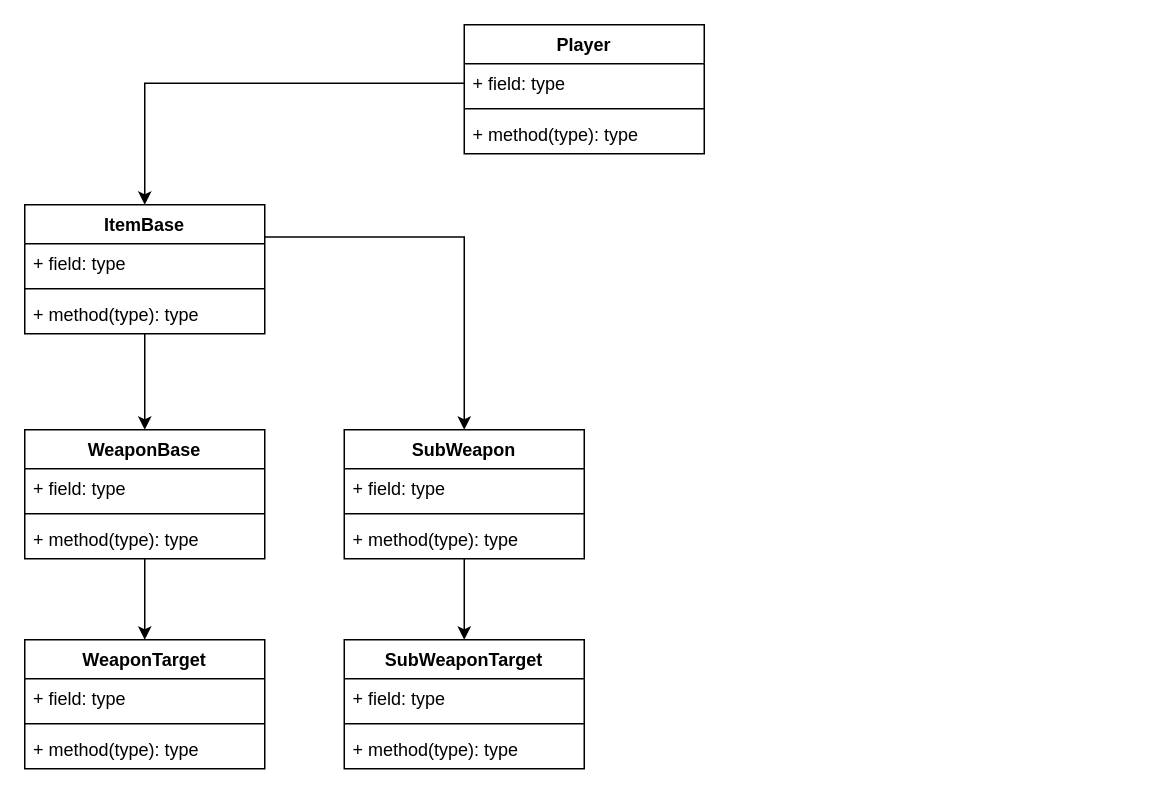
Before: Untitled Diagram.drawio in nerfenoff/Kliker, a draw.io diagram. Source tidied: cells renumbered, new cells numbered last; positions are measured from the earlier drawing's top-left corner, leaving out a move shared by most shapes. Both pictures are drawn from the tidied source at 150%, with x=0, y=0 at pixel (24, 24).
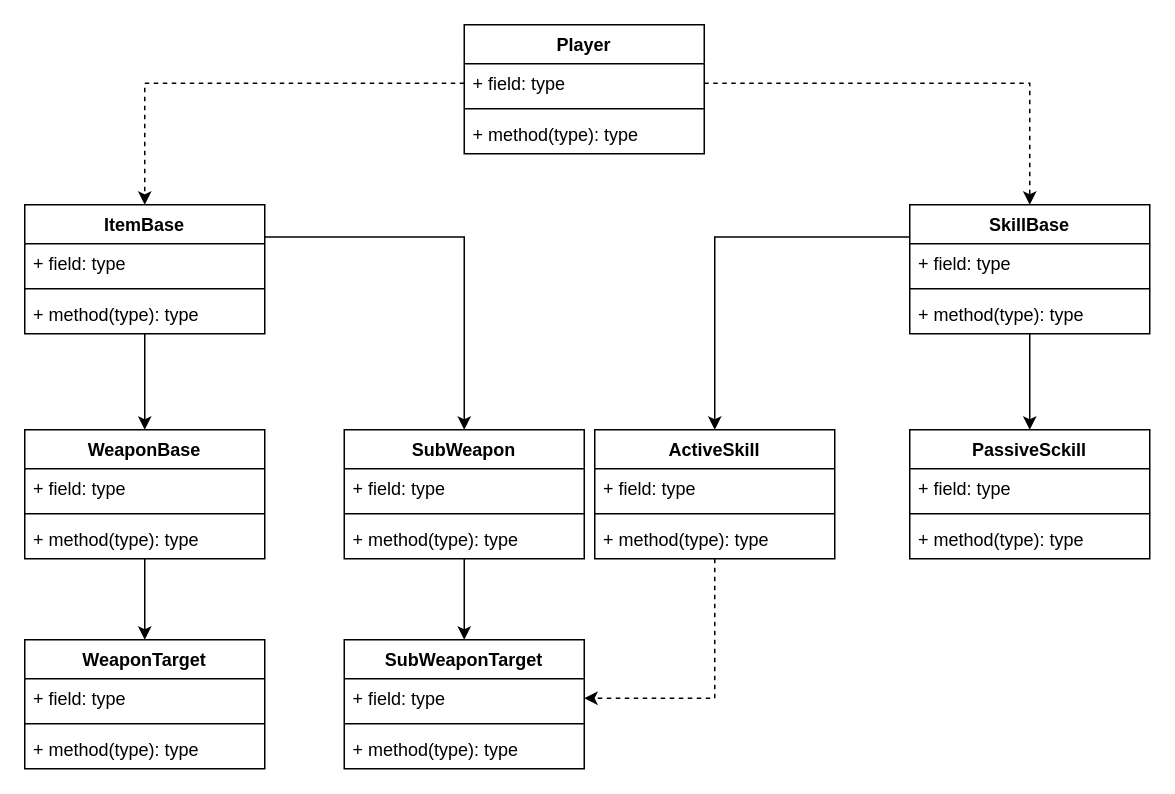
The same diagram, later.

The change refers to these unchanged cells:
```xml
<mxCell id="3" value="+ field: type" style="text;strokeColor=none;fillColor=none;align=left;verticalAlign=top;spacingLeft=4;spacingRight=4;overflow=hidden;points=[[0,0.5],[1,0.5]];portConstraint=eastwest;" parent="2" vertex="1">
  <mxGeometry y="26" width="160" height="26" as="geometry" />
</mxCell>
<mxCell id="18" value="ItemBase" style="swimlane;fontStyle=1;align=center;verticalAlign=top;horizontal=1;startSize=26;" parent="1" vertex="1">
  <mxGeometry y="120" width="160" height="86" as="geometry" />
</mxCell>
<mxCell id="28" value="+ field: type" style="text;strokeColor=none;fillColor=none;align=left;verticalAlign=top;spacingLeft=4;spacingRight=4;overflow=hidden;points=[[0,0.5],[1,0.5]];portConstraint=eastwest;" parent="27" vertex="1">
  <mxGeometry y="26" width="160" height="26" as="geometry" />
</mxCell>
```

Diff of the diagram source:
```diff
@@
-    <mxCell id="11" style="edgeStyle=orthogonalEdgeStyle;rounded=0;jettySize=auto;html=1;exitX=0;exitY=0.5;exitDx=0;exitDy=0;entryX=0.5;entryY=0;entryDx=0;entryDy=0;" parent="1" edge="1" source="3" target="18">
+    <mxCell id="11" style="edgeStyle=orthogonalEdgeStyle;rounded=0;jettySize=auto;html=1;exitX=0;exitY=0.5;exitDx=0;exitDy=0;entryX=0.5;entryY=0;entryDx=0;entryDy=0;dashed=1;" parent="1" edge="1" source="3" target="18">
       <mxGeometry relative="1" as="geometry" />
     </mxCell>
@@
+    <mxCell id="31" style="edgeStyle=orthogonalEdgeStyle;rounded=0;jettySize=auto;html=1;exitX=0;exitY=0.25;exitDx=0;exitDy=0;entryX=0.5;entryY=0;entryDx=0;entryDy=0;" parent="1" edge="1" source="33" target="39">
+      <mxGeometry relative="1" as="geometry" />
+    </mxCell>
+    <mxCell id="32" style="edgeStyle=orthogonalEdgeStyle;rounded=0;jettySize=auto;html=1;entryX=0.5;entryY=0;entryDx=0;entryDy=0;" parent="1" edge="1" source="33" target="43">
+      <mxGeometry relative="1" as="geometry" />
+    </mxCell>
+    <mxCell id="33" value="SkillBase" style="swimlane;fontStyle=1;align=center;verticalAlign=top;horizontal=1;startSize=26;" parent="1" vertex="1">
+      <mxGeometry x="590" y="120" width="160" height="86" as="geometry" />
+    </mxCell>
+    <mxCell id="34" value="+ field: type" style="text;strokeColor=none;fillColor=none;align=left;verticalAlign=top;spacingLeft=4;spacingRight=4;overflow=hidden;" parent="33" vertex="1">
+      <mxGeometry y="26" width="160" height="26" as="geometry" />
+    </mxCell>
+    <mxCell id="35" style="line;strokeWidth=1;fillColor=none;align=left;verticalAlign=middle;spacingTop=-1;spacingLeft=3;spacingRight=3;labelPosition=right;" parent="33" vertex="1">
+      <mxGeometry y="52" width="160" height="8" as="geometry" />
+    </mxCell>
+    <mxCell id="36" value="+ method(type): type" style="text;strokeColor=none;fillColor=none;align=left;verticalAlign=top;spacingLeft=4;spacingRight=4;overflow=hidden;" parent="33" vertex="1">
+      <mxGeometry y="60" width="160" height="26" as="geometry" />
+    </mxCell>
+    <mxCell id="37" style="edgeStyle=orthogonalEdgeStyle;rounded=0;jettySize=auto;html=1;exitX=1;exitY=0.5;exitDx=0;exitDy=0;entryX=0.5;entryY=0;entryDx=0;entryDy=0;dashed=1;" parent="1" edge="1" source="3" target="33">
+      <mxGeometry relative="1" as="geometry" />
+    </mxCell>
+    <mxCell id="38" style="edgeStyle=orthogonalEdgeStyle;rounded=0;jettySize=auto;html=1;entryX=1;entryY=0.5;entryDx=0;entryDy=0;dashed=1;" parent="1" edge="1" source="39" target="28">
+      <mxGeometry relative="1" as="geometry" />
+    </mxCell>
+    <mxCell id="39" value="ActiveSkill" style="swimlane;fontStyle=1;align=center;verticalAlign=top;horizontal=1;startSize=26;" parent="1" vertex="1">
+      <mxGeometry x="380" y="270" width="160" height="86" as="geometry" />
+    </mxCell>
+    <mxCell id="40" value="+ field: type" style="text;strokeColor=none;fillColor=none;align=left;verticalAlign=top;spacingLeft=4;spacingRight=4;overflow=hidden;" parent="39" vertex="1">
+      <mxGeometry y="26" width="160" height="26" as="geometry" />
+    </mxCell>
+    <mxCell id="41" style="line;strokeWidth=1;fillColor=none;align=left;verticalAlign=middle;spacingTop=-1;spacingLeft=3;spacingRight=3;labelPosition=right;" parent="39" vertex="1">
+      <mxGeometry y="52" width="160" height="8" as="geometry" />
+    </mxCell>
+    <mxCell id="42" value="+ method(type): type" style="text;strokeColor=none;fillColor=none;align=left;verticalAlign=top;spacingLeft=4;spacingRight=4;overflow=hidden;" parent="39" vertex="1">
+      <mxGeometry y="60" width="160" height="26" as="geometry" />
+    </mxCell>
+    <mxCell id="43" value="PassiveSckill" style="swimlane;fontStyle=1;align=center;verticalAlign=top;horizontal=1;startSize=26;" parent="1" vertex="1">
+      <mxGeometry x="590" y="270" width="160" height="86" as="geometry" />
+    </mxCell>
+    <mxCell id="44" value="+ field: type" style="text;strokeColor=none;fillColor=none;align=left;verticalAlign=top;spacingLeft=4;spacingRight=4;overflow=hidden;" parent="43" vertex="1">
+      <mxGeometry y="26" width="160" height="26" as="geometry" />
+    </mxCell>
+    <mxCell id="45" style="line;strokeWidth=1;fillColor=none;align=left;verticalAlign=middle;spacingTop=-1;spacingLeft=3;spacingRight=3;labelPosition=right;" parent="43" vertex="1">
+      <mxGeometry y="52" width="160" height="8" as="geometry" />
+    </mxCell>
+    <mxCell id="46" value="+ method(type): type" style="text;strokeColor=none;fillColor=none;align=left;verticalAlign=top;spacingLeft=4;spacingRight=4;overflow=hidden;" parent="43" vertex="1">
+      <mxGeometry y="60" width="160" height="26" as="geometry" />
+    </mxCell>
```
